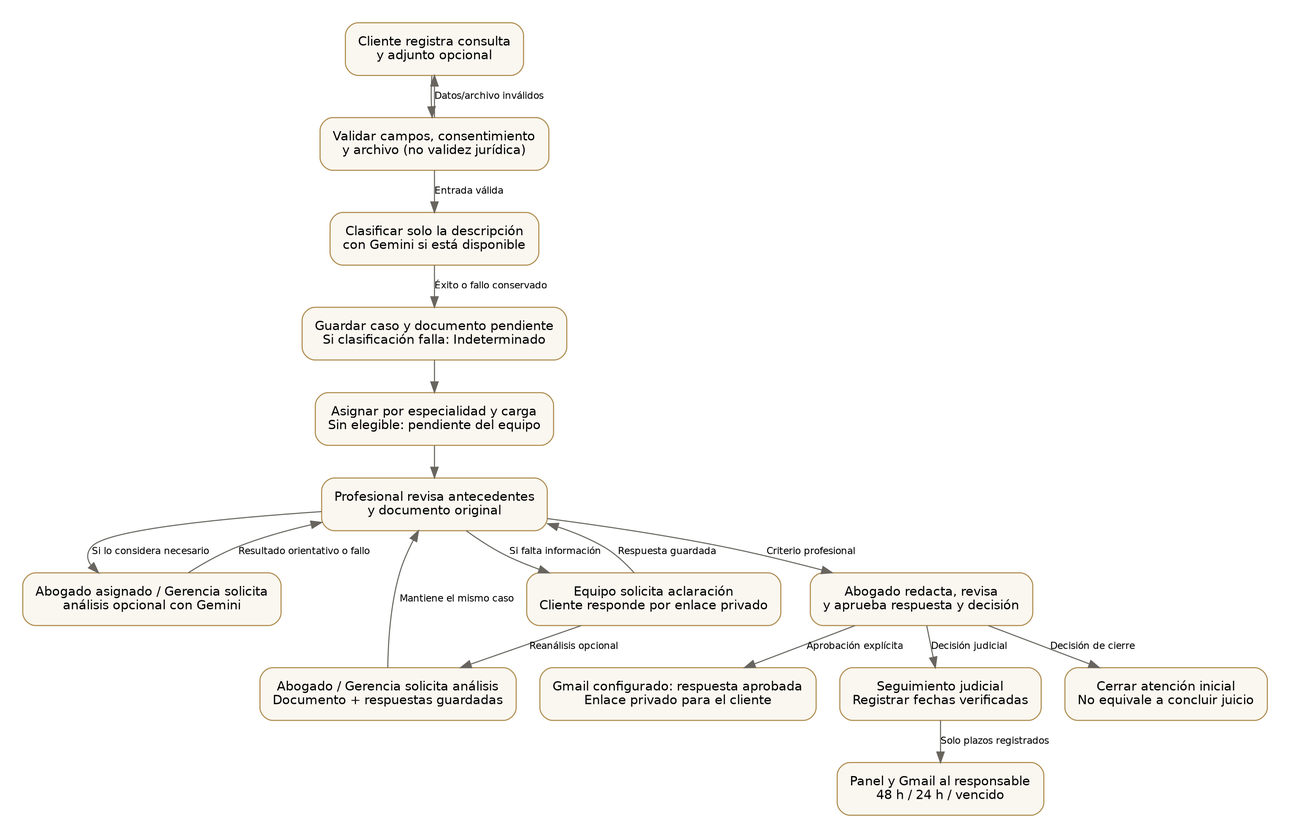
This is documentacion/tesis/diagramas/flujo.png from rodrigojeisson123456789-droid/LegalTriage-AI, a Graphviz export, as it was before one commit. Its source is kept beside it as documentacion/tesis/diagramas/flujo.dot.
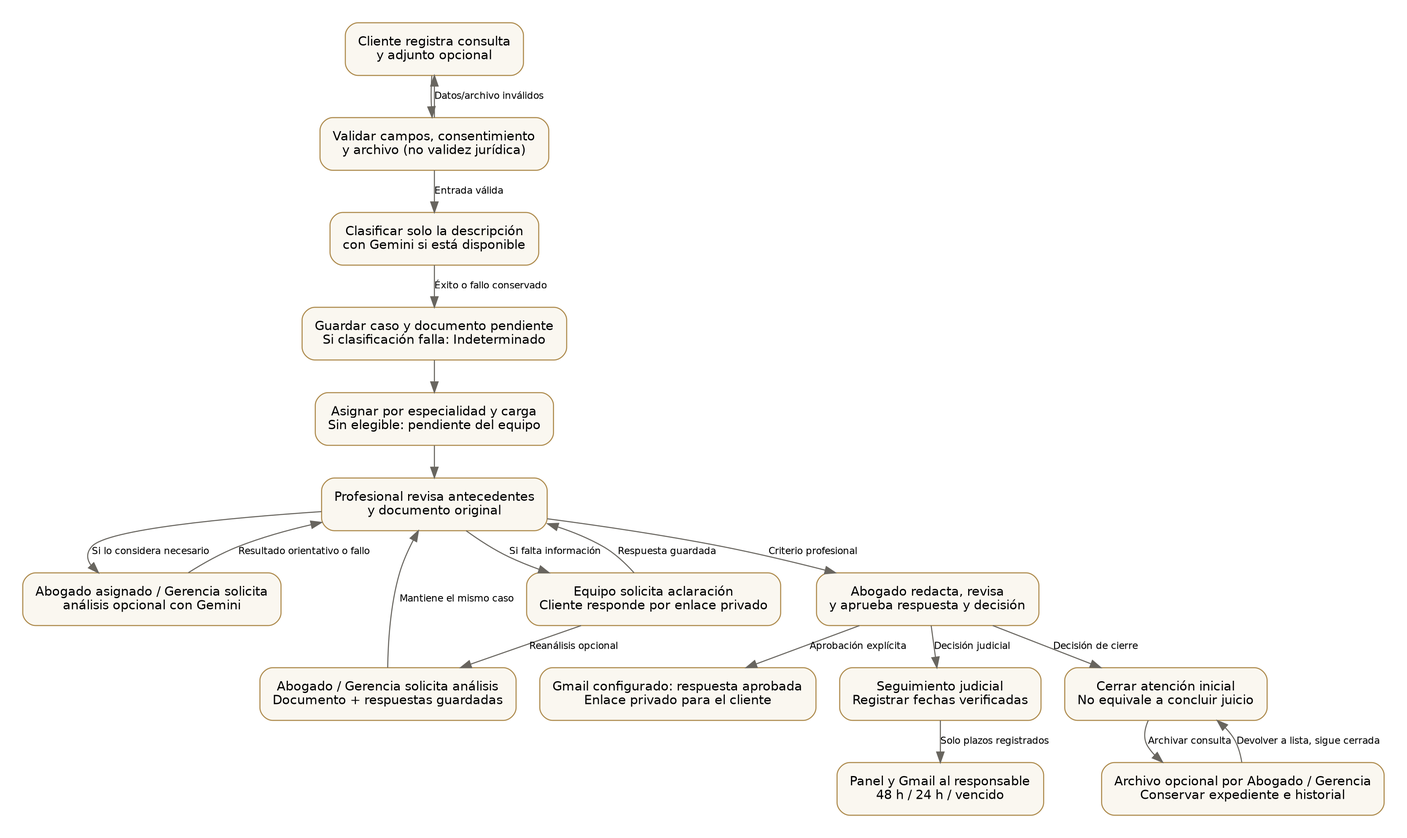
After the change.

Diff of the diagram source:
```diff
@@ -14,6 +14,7 @@
 approve [label="Abogado redacta, revisa\ny aprueba respuesta y decisión"];
 judicial [label="Seguimiento judicial\nRegistrar fechas verificadas"];
 close [label="Cerrar atención inicial\nNo equivale a concluir juicio"];
+archive [label="Archivo opcional por Abogado / Gerencia\nConservar expediente e historial"];
 respond [label="Gmail configurado: respuesta aprobada\nEnlace privado para el cliente"];
 remind [label="Panel y Gmail al responsable\n48 h / 24 h / vencido"];
 form -> validate [label=""];
@@ -32,5 +33,7 @@
 approve -> judicial [label="Decisión judicial"];
 approve -> close [label="Decisión de cierre"];
 approve -> respond [label="Aprobación explícita"];
+close -> archive [label="Archivar consulta"];
+archive -> close [label="Devolver a lista, sigue cerrada"];
 judicial -> remind [label="Solo plazos registrados"];
 }
```
